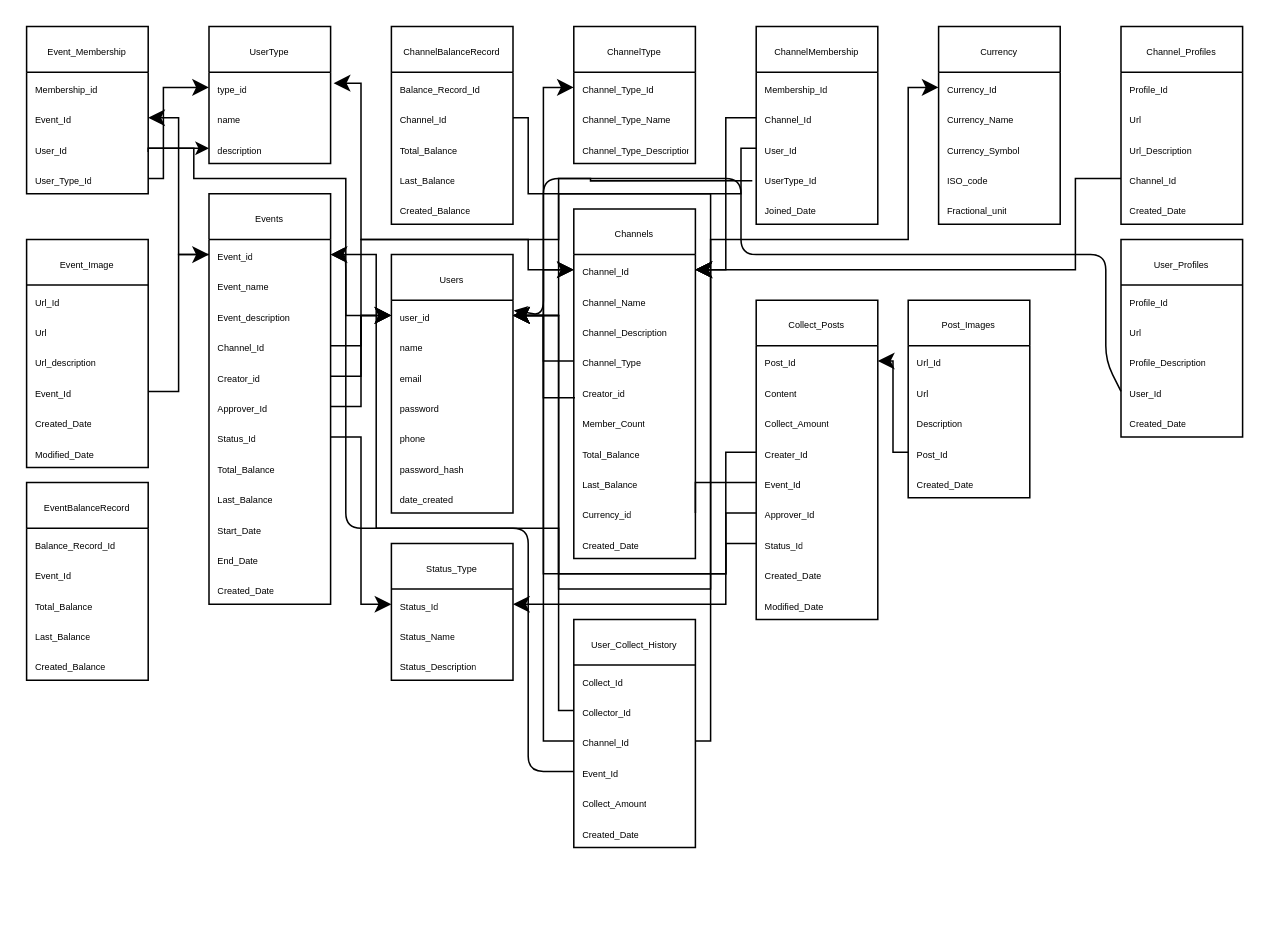
Before: sql_graph.drawio in InnwaCommunity/KoiCoi, a draw.io diagram. Source tidied: cells renumbered, new cells numbered last; positions are measured from the earlier drawing's top-left corner, leaving out a move shared by most shapes. Both pictures are drawn from the tidied source at 152%, with x=0, y=0 at pixel (26, 26).
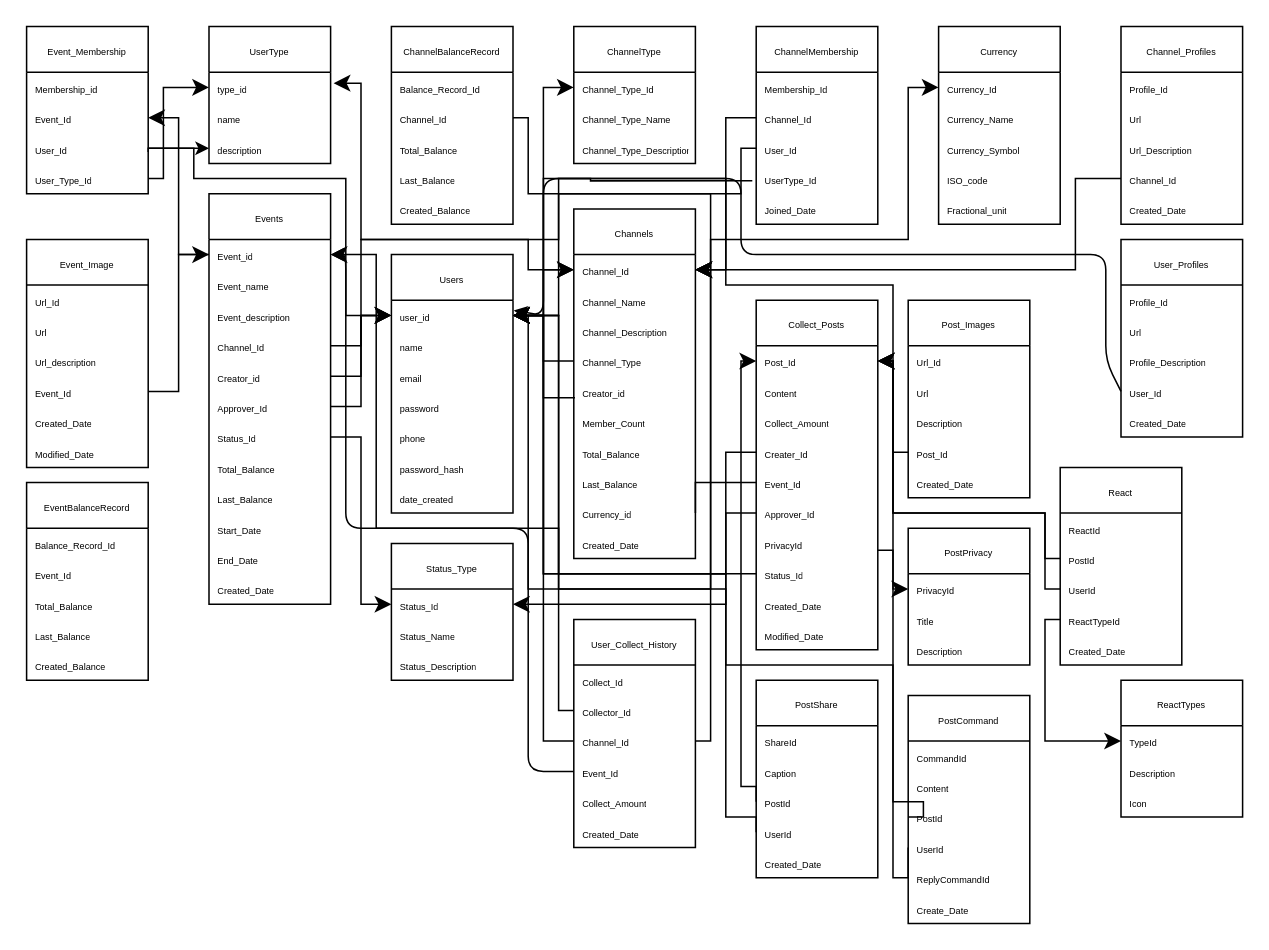
After the change.

Unchanged cells that the change refers to:
```xml
<mxCell id="98" value="&lt;font style=&quot;font-size: 6px;&quot;&gt;Post_Id&lt;/font&gt;" style="text;strokeColor=none;fillColor=none;align=left;verticalAlign=middle;spacingLeft=4;spacingRight=4;overflow=hidden;points=[[0,0.5],[1,0.5]];portConstraint=eastwest;whiteSpace=wrap;html=1;" parent="97" vertex="1">
  <mxGeometry y="30" width="80" height="20" as="geometry" />
</mxCell>
```

Diff of the diagram source:
```diff
@@
     <mxCell id="97" value="&lt;font style=&quot;font-size: 6px;&quot;&gt;Collect_Posts&lt;/font&gt;" style="swimlane;fontStyle=0;horizontal=1;startSize=30;whiteSpace=wrap;html=1;" parent="1" vertex="1">
-      <mxGeometry x="480" y="180" width="80" height="210" as="geometry" />
+      <mxGeometry x="480" y="180" width="80" height="230" as="geometry" />
     </mxCell>
@@
+    <mxCell id="144" value="&lt;span style=&quot;font-size: 6px;&quot;&gt;PrivacyId&lt;/span&gt;" style="text;strokeColor=none;fillColor=none;align=left;verticalAlign=middle;spacingLeft=4;spacingRight=4;overflow=hidden;points=[[0,0.5],[1,0.5]];portConstraint=eastwest;whiteSpace=wrap;html=1;" parent="97" vertex="1">
+      <mxGeometry y="150" width="80" height="20" as="geometry" />
+    </mxCell>
     <mxCell id="104" value="&lt;span style=&quot;font-size: 6px;&quot;&gt;Status_Id&lt;/span&gt;" style="text;strokeColor=none;fillColor=none;align=left;verticalAlign=middle;spacingLeft=4;spacingRight=4;overflow=hidden;points=[[0,0.5],[1,0.5]];portConstraint=eastwest;whiteSpace=wrap;html=1;" parent="97" vertex="1">
-      <mxGeometry y="150" width="80" height="20" as="geometry" />
+      <mxGeometry y="170" width="80" height="20" as="geometry" />
     </mxCell>
     <mxCell id="105" value="&lt;span style=&quot;font-size: 6px;&quot;&gt;Created_Date&lt;/span&gt;" style="text;strokeColor=none;fillColor=none;align=left;verticalAlign=middle;spacingLeft=4;spacingRight=4;overflow=hidden;whiteSpace=wrap;html=1;" parent="97" vertex="1">
-      <mxGeometry y="170" width="80" height="20" as="geometry" />
+      <mxGeometry y="190" width="80" height="20" as="geometry" />
     </mxCell>
     <mxCell id="106" value="&lt;span style=&quot;font-size: 6px;&quot;&gt;Modified_Date&lt;/span&gt;" style="text;strokeColor=none;fillColor=none;align=left;verticalAlign=middle;spacingLeft=4;spacingRight=4;overflow=hidden;whiteSpace=wrap;html=1;" parent="97" vertex="1">
-      <mxGeometry y="190" width="80" height="20" as="geometry" />
+      <mxGeometry y="210" width="80" height="20" as="geometry" />
     </mxCell>
@@
+    <mxCell id="145" value="&lt;font style=&quot;font-size: 6px;&quot;&gt;React&lt;/font&gt;" style="swimlane;fontStyle=0;horizontal=1;startSize=30;whiteSpace=wrap;html=1;" parent="1" vertex="1">
+      <mxGeometry x="680" y="290" width="80" height="130" as="geometry" />
+    </mxCell>
+    <mxCell id="146" value="&lt;font style=&quot;font-size: 6px;&quot;&gt;ReactId&lt;/font&gt;" style="text;strokeColor=none;fillColor=none;align=left;verticalAlign=middle;spacingLeft=4;spacingRight=4;overflow=hidden;whiteSpace=wrap;html=1;" parent="145" vertex="1">
+      <mxGeometry y="30" width="80" height="20" as="geometry" />
+    </mxCell>
+    <mxCell id="147" value="&lt;font style=&quot;font-size: 6px;&quot;&gt;PostId&lt;/font&gt;" style="text;strokeColor=none;fillColor=none;align=left;verticalAlign=middle;spacingLeft=4;spacingRight=4;overflow=hidden;points=[[0,0.5],[1,0.5]];portConstraint=eastwest;whiteSpace=wrap;html=1;" parent="145" vertex="1">
+      <mxGeometry y="50" width="80" height="20" as="geometry" />
+    </mxCell>
+    <mxCell id="148" value="&lt;span style=&quot;font-size: 6px;&quot;&gt;UserId&lt;/span&gt;" style="text;strokeColor=none;fillColor=none;align=left;verticalAlign=middle;spacingLeft=4;spacingRight=4;overflow=hidden;points=[[0,0.5],[1,0.5]];portConstraint=eastwest;whiteSpace=wrap;html=1;" parent="145" vertex="1">
+      <mxGeometry y="70" width="80" height="20" as="geometry" />
+    </mxCell>
+    <mxCell id="149" value="&lt;span style=&quot;font-size: 6px; text-align: center;&quot;&gt;ReactTypeId&lt;/span&gt;" style="text;strokeColor=none;fillColor=none;align=left;verticalAlign=middle;spacingLeft=4;spacingRight=4;overflow=hidden;whiteSpace=wrap;html=1;" parent="145" vertex="1">
+      <mxGeometry y="90" width="80" height="20" as="geometry" />
+    </mxCell>
+    <mxCell id="150" value="&lt;span style=&quot;font-size: 6px;&quot;&gt;Created_Date&lt;/span&gt;" style="text;strokeColor=none;fillColor=none;align=left;verticalAlign=middle;spacingLeft=4;spacingRight=4;overflow=hidden;whiteSpace=wrap;html=1;" parent="145" vertex="1">
+      <mxGeometry y="110" width="80" height="20" as="geometry" />
+    </mxCell>
+    <mxCell id="151" value="&lt;font style=&quot;font-size: 6px;&quot;&gt;PostCommand&lt;/font&gt;" style="swimlane;fontStyle=0;horizontal=1;startSize=30;whiteSpace=wrap;html=1;" parent="1" vertex="1">
+      <mxGeometry x="580" y="440" width="80" height="150" as="geometry" />
+    </mxCell>
+    <mxCell id="152" value="&lt;font style=&quot;font-size: 6px;&quot;&gt;CommandId&lt;/font&gt;" style="text;strokeColor=none;fillColor=none;align=left;verticalAlign=middle;spacingLeft=4;spacingRight=4;overflow=hidden;whiteSpace=wrap;html=1;" parent="151" vertex="1">
+      <mxGeometry y="30" width="80" height="20" as="geometry" />
+    </mxCell>
+    <mxCell id="153" value="&lt;span style=&quot;font-size: 6px;&quot;&gt;Content&lt;/span&gt;" style="text;strokeColor=none;fillColor=none;align=left;verticalAlign=middle;spacingLeft=4;spacingRight=4;overflow=hidden;whiteSpace=wrap;html=1;" parent="151" vertex="1">
+      <mxGeometry y="50" width="80" height="20" as="geometry" />
+    </mxCell>
+    <mxCell id="154" value="&lt;font style=&quot;font-size: 6px;&quot;&gt;PostId&lt;/font&gt;" style="text;strokeColor=none;fillColor=none;align=left;verticalAlign=middle;spacingLeft=4;spacingRight=4;overflow=hidden;points=[[0,0.5],[1,0.5]];portConstraint=eastwest;whiteSpace=wrap;html=1;" parent="151" vertex="1">
+      <mxGeometry y="70" width="80" height="20" as="geometry" />
+    </mxCell>
+    <mxCell id="155" value="&lt;span style=&quot;font-size: 6px;&quot;&gt;UserId&lt;/span&gt;" style="text;strokeColor=none;fillColor=none;align=left;verticalAlign=middle;spacingLeft=4;spacingRight=4;overflow=hidden;points=[[0,0.5],[1,0.5]];portConstraint=eastwest;whiteSpace=wrap;html=1;" parent="151" vertex="1">
+      <mxGeometry y="90" width="80" height="20" as="geometry" />
+    </mxCell>
+    <mxCell id="156" value="&lt;span style=&quot;font-size: 6px;&quot;&gt;ReplyCommandId&lt;/span&gt;" style="text;strokeColor=none;fillColor=none;align=left;verticalAlign=middle;spacingLeft=4;spacingRight=4;overflow=hidden;whiteSpace=wrap;html=1;" parent="151" vertex="1">
+      <mxGeometry y="110" width="80" height="20" as="geometry" />
+    </mxCell>
+    <mxCell id="157" value="&lt;span style=&quot;font-size: 6px;&quot;&gt;Create_Date&lt;/span&gt;" style="text;strokeColor=none;fillColor=none;align=left;verticalAlign=middle;spacingLeft=4;spacingRight=4;overflow=hidden;whiteSpace=wrap;html=1;" parent="151" vertex="1">
+      <mxGeometry y="130" width="80" height="20" as="geometry" />
+    </mxCell>
+    <mxCell id="158" value="&lt;font style=&quot;font-size: 6px;&quot;&gt;PostShare&lt;/font&gt;" style="swimlane;fontStyle=0;horizontal=1;startSize=30;whiteSpace=wrap;html=1;" parent="1" vertex="1">
+      <mxGeometry x="480" y="430" width="80" height="130" as="geometry" />
+    </mxCell>
+    <mxCell id="159" value="&lt;font style=&quot;font-size: 6px;&quot;&gt;ShareId&lt;/font&gt;" style="text;strokeColor=none;fillColor=none;align=left;verticalAlign=middle;spacingLeft=4;spacingRight=4;overflow=hidden;whiteSpace=wrap;html=1;" parent="158" vertex="1">
+      <mxGeometry y="30" width="80" height="20" as="geometry" />
+    </mxCell>
+    <mxCell id="160" value="&lt;font style=&quot;font-size: 6px;&quot;&gt;Caption&lt;/font&gt;" style="text;strokeColor=none;fillColor=none;align=left;verticalAlign=middle;spacingLeft=4;spacingRight=4;overflow=hidden;whiteSpace=wrap;html=1;" parent="158" vertex="1">
+      <mxGeometry y="50" width="80" height="20" as="geometry" />
+    </mxCell>
+    <mxCell id="161" value="&lt;span style=&quot;font-size: 6px;&quot;&gt;PostId&lt;/span&gt;" style="text;strokeColor=none;fillColor=none;align=left;verticalAlign=middle;spacingLeft=4;spacingRight=4;overflow=hidden;points=[[0,0.5],[1,0.5]];portConstraint=eastwest;whiteSpace=wrap;html=1;" parent="158" vertex="1">
+      <mxGeometry y="70" width="80" height="20" as="geometry" />
+    </mxCell>
+    <mxCell id="162" value="&lt;span style=&quot;font-size: 6px;&quot;&gt;UserId&lt;/span&gt;" style="text;strokeColor=none;fillColor=none;align=left;verticalAlign=middle;spacingLeft=4;spacingRight=4;overflow=hidden;points=[[0,0.5],[1,0.5]];portConstraint=eastwest;whiteSpace=wrap;html=1;" parent="158" vertex="1">
+      <mxGeometry y="90" width="80" height="20" as="geometry" />
+    </mxCell>
+    <mxCell id="163" value="&lt;span style=&quot;font-size: 6px;&quot;&gt;Created_Date&lt;/span&gt;" style="text;strokeColor=none;fillColor=none;align=left;verticalAlign=middle;spacingLeft=4;spacingRight=4;overflow=hidden;whiteSpace=wrap;html=1;" parent="158" vertex="1">
+      <mxGeometry y="110" width="80" height="20" as="geometry" />
+    </mxCell>
+    <mxCell id="164" value="&lt;font style=&quot;font-size: 6px;&quot;&gt;ReactTypes&lt;/font&gt;" style="swimlane;fontStyle=0;horizontal=1;startSize=30;whiteSpace=wrap;html=1;" parent="1" vertex="1">
+      <mxGeometry x="720" y="430" width="80" height="90" as="geometry" />
+    </mxCell>
+    <mxCell id="165" value="&lt;font style=&quot;font-size: 6px;&quot;&gt;TypeId&lt;/font&gt;" style="text;strokeColor=none;fillColor=none;align=left;verticalAlign=middle;spacingLeft=4;spacingRight=4;overflow=hidden;points=[[0,0.5],[1,0.5]];portConstraint=eastwest;whiteSpace=wrap;html=1;" parent="164" vertex="1">
+      <mxGeometry y="30" width="80" height="20" as="geometry" />
+    </mxCell>
+    <mxCell id="166" value="&lt;font style=&quot;font-size: 6px;&quot;&gt;Description&lt;/font&gt;" style="text;strokeColor=none;fillColor=none;align=left;verticalAlign=middle;spacingLeft=4;spacingRight=4;overflow=hidden;whiteSpace=wrap;html=1;" parent="164" vertex="1">
+      <mxGeometry y="50" width="80" height="20" as="geometry" />
+    </mxCell>
+    <mxCell id="167" value="&lt;span style=&quot;font-size: 6px;&quot;&gt;Icon&lt;/span&gt;" style="text;strokeColor=none;fillColor=none;align=left;verticalAlign=middle;spacingLeft=4;spacingRight=4;overflow=hidden;whiteSpace=wrap;html=1;" parent="164" vertex="1">
+      <mxGeometry y="70" width="80" height="20" as="geometry" />
+    </mxCell>
+    <mxCell id="168" style="edgeStyle=segmentEdgeStyle;endArrow=classic;html=1;curved=0;rounded=0;endSize=8;startSize=8;exitX=0;exitY=0.5;exitDx=0;exitDy=0;" parent="1" edge="1" source="147">
+      <mxGeometry relative="1" as="geometry">
+        <mxPoint x="560" y="220" as="targetPoint" />
+        <Array as="points">
+          <mxPoint x="670" y="350" />
+          <mxPoint x="670" y="320" />
+          <mxPoint x="570" y="320" />
+          <mxPoint x="570" y="220" />
+        </Array>
+      </mxGeometry>
+    </mxCell>
+    <mxCell id="169" style="edgeStyle=segmentEdgeStyle;endArrow=classic;html=1;curved=0;rounded=0;endSize=8;startSize=8;exitX=0;exitY=0.5;exitDx=0;exitDy=0;" parent="1" edge="1" source="148">
+      <mxGeometry relative="1" as="geometry">
+        <mxPoint x="320" y="190" as="targetPoint" />
+        <Array as="points">
+          <mxPoint x="670" y="370" />
+          <mxPoint x="670" y="320" />
+          <mxPoint x="570" y="320" />
+          <mxPoint x="570" y="170" />
+          <mxPoint x="460" y="170" />
+          <mxPoint x="460" y="100" />
+          <mxPoint x="340" y="100" />
+        </Array>
+      </mxGeometry>
+    </mxCell>
+    <mxCell id="170" style="edgeStyle=segmentEdgeStyle;endArrow=classic;html=1;curved=0;rounded=0;endSize=8;startSize=8;entryX=0;entryY=0.5;entryDx=0;entryDy=0;" parent="1" edge="1" target="165">
+      <mxGeometry relative="1" as="geometry">
+        <mxPoint x="680" y="390" as="sourcePoint" />
+        <Array as="points">
+          <mxPoint x="670" y="390" />
+          <mxPoint x="670" y="470" />
+        </Array>
+      </mxGeometry>
+    </mxCell>
+    <mxCell id="171" style="edgeStyle=segmentEdgeStyle;endArrow=classic;html=1;curved=0;rounded=0;endSize=8;startSize=8;exitX=0;exitY=0.5;exitDx=0;exitDy=0;" parent="1" edge="1" source="154">
+      <mxGeometry relative="1" as="geometry">
+        <mxPoint x="560" y="220" as="targetPoint" />
+        <Array as="points">
+          <mxPoint x="590" y="510" />
+          <mxPoint x="570" y="510" />
+          <mxPoint x="570" y="220" />
+        </Array>
+      </mxGeometry>
+    </mxCell>
+    <mxCell id="172" style="edgeStyle=segmentEdgeStyle;endArrow=classic;html=1;curved=0;rounded=0;endSize=8;startSize=8;exitX=0;exitY=0.5;exitDx=0;exitDy=0;" parent="1" edge="1" source="155">
+      <mxGeometry relative="1" as="geometry">
+        <mxPoint x="320" y="190" as="targetPoint" />
+        <Array as="points">
+          <mxPoint x="580" y="560" />
+          <mxPoint x="570" y="560" />
+          <mxPoint x="570" y="420" />
+          <mxPoint x="460" y="420" />
+          <mxPoint x="460" y="360" />
+          <mxPoint x="340" y="360" />
+          <mxPoint x="340" y="190" />
+        </Array>
+      </mxGeometry>
+    </mxCell>
+    <mxCell id="173" style="edgeStyle=segmentEdgeStyle;endArrow=classic;html=1;curved=0;rounded=0;endSize=8;startSize=8;exitX=0;exitY=0.5;exitDx=0;exitDy=0;entryX=0;entryY=0.5;entryDx=0;entryDy=0;" parent="1" edge="1" source="161" target="98">
+      <mxGeometry relative="1" as="geometry">
+        <Array as="points">
+          <mxPoint x="470" y="500" />
+          <mxPoint x="470" y="220" />
+        </Array>
+      </mxGeometry>
+    </mxCell>
+    <mxCell id="174" style="edgeStyle=segmentEdgeStyle;endArrow=classic;html=1;curved=0;rounded=0;endSize=8;startSize=8;exitX=0;exitY=0.5;exitDx=0;exitDy=0;" parent="1" edge="1" source="162">
+      <mxGeometry relative="1" as="geometry">
+        <mxPoint x="320" y="190" as="targetPoint" />
+        <Array as="points">
+          <mxPoint x="460" y="520" />
+          <mxPoint x="460" y="370" />
+          <mxPoint x="330" y="370" />
+          <mxPoint x="330" y="190" />
+        </Array>
+      </mxGeometry>
+    </mxCell>
+    <mxCell id="175" value="&lt;font style=&quot;font-size: 6px;&quot;&gt;PostPrivacy&lt;/font&gt;" style="swimlane;fontStyle=0;horizontal=1;startSize=30;whiteSpace=wrap;html=1;" parent="1" vertex="1">
+      <mxGeometry x="580" y="330" width="80" height="90" as="geometry" />
+    </mxCell>
+    <mxCell id="176" value="&lt;font style=&quot;font-size: 6px;&quot;&gt;PrivacyId&lt;/font&gt;" style="text;strokeColor=none;fillColor=none;align=left;verticalAlign=middle;spacingLeft=4;spacingRight=4;overflow=hidden;points=[[0,0.5],[1,0.5]];portConstraint=eastwest;whiteSpace=wrap;html=1;" parent="175" vertex="1">
+      <mxGeometry y="30" width="80" height="20" as="geometry" />
+    </mxCell>
+    <mxCell id="177" value="&lt;span style=&quot;font-size: 6px;&quot;&gt;Title&lt;/span&gt;" style="text;strokeColor=none;fillColor=none;align=left;verticalAlign=middle;spacingLeft=4;spacingRight=4;overflow=hidden;whiteSpace=wrap;html=1;" parent="175" vertex="1">
+      <mxGeometry y="50" width="80" height="20" as="geometry" />
+    </mxCell>
+    <mxCell id="178" value="&lt;font style=&quot;font-size: 6px;&quot;&gt;Description&lt;/font&gt;" style="text;strokeColor=none;fillColor=none;align=left;verticalAlign=middle;spacingLeft=4;spacingRight=4;overflow=hidden;whiteSpace=wrap;html=1;" parent="175" vertex="1">
+      <mxGeometry y="70" width="80" height="20" as="geometry" />
+    </mxCell>
+    <mxCell id="179" style="edgeStyle=segmentEdgeStyle;endArrow=classic;html=1;curved=0;rounded=0;endSize=8;startSize=8;exitX=1;exitY=0.724;exitDx=0;exitDy=0;exitPerimeter=0;entryX=0;entryY=0.5;entryDx=0;entryDy=0;" parent="1" edge="1" source="144" target="176">
+      <mxGeometry relative="1" as="geometry">
+        <Array as="points">
+          <mxPoint x="570" y="344" />
+          <mxPoint x="570" y="370" />
+        </Array>
+      </mxGeometry>
+    </mxCell>
```
